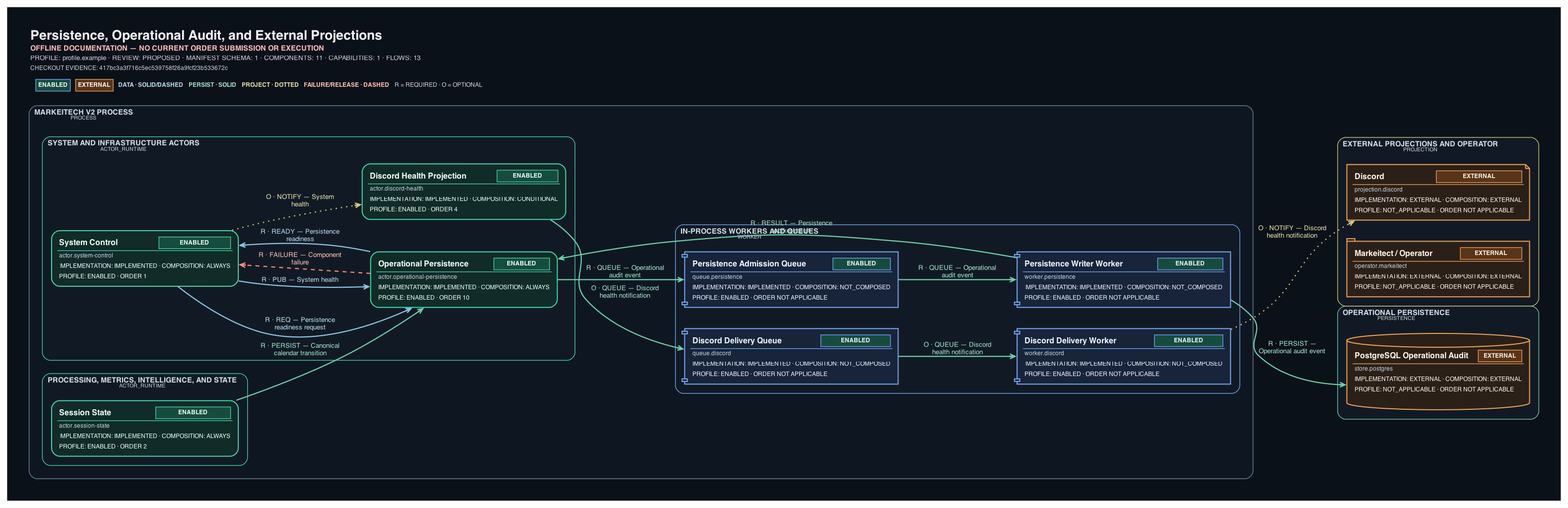
Above: tools/system-diagram/docs/generated/persistence-audit-projections.png in ShriekinNinja/Markeitech_V2 (Graphviz), before the change. Its source is kept beside it as tools/system-diagram/docs/generated/persistence-audit-projections.dot.
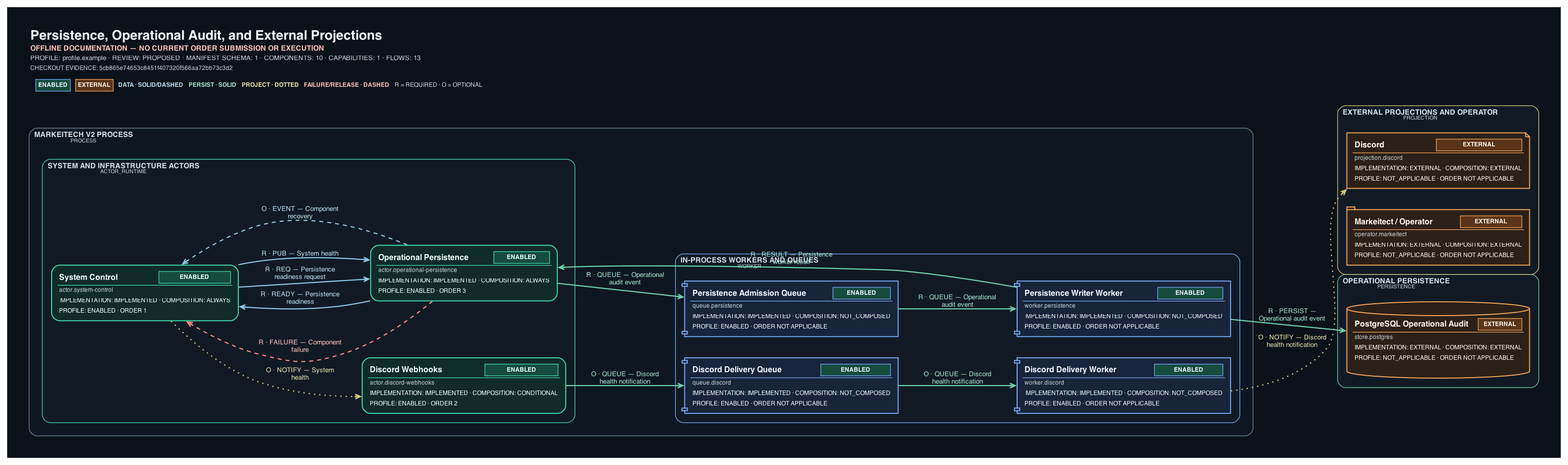
The same diagram one commit later.

What changed in the source:
```diff
@@ -1,5 +1,5 @@
 digraph "Persistence, Operational Audit, and External Projections" {
-	graph [bgcolor="#0B1118" fontcolor="#F2F6FA" fontname=Helvetica fontsize=18 forcelabels=true label=<<TABLE BORDER="0" CELLBORDER="0" CELLSPACING="0" CELLPADDING="2"><TR><TD ALIGN="LEFT"><FONT COLOR="#F2F6FA" POINT-SIZE="20"><B>Persistence, Operational Audit, and External Projections</B></FONT></TD></TR><TR><TD ALIGN="LEFT"><FONT COLOR="#FFC1BB" POINT-SIZE="11"><B>OFFLINE DOCUMENTATION &#8212; NO CURRENT ORDER SUBMISSION OR EXECUTION</B></FONT></TD></TR><TR><TD ALIGN="LEFT"><FONT COLOR="#C7D2DD" POINT-SIZE="10">PROFILE: profile.example &#183; REVIEW: PROPOSED &#183; MANIFEST SCHEMA: 1 &#183; COMPONENTS: 11 &#183; CAPABILITIES: 1 &#183; FLOWS: 13</FONT></TD></TR><TR><TD ALIGN="LEFT"><FONT COLOR="#C7D2DD" POINT-SIZE="9">CHECKOUT EVIDENCE: 417bc3a3f716c5ec539758f26a9fcf23b533672c</FONT></TD></TR><TR><TD ALIGN="LEFT"><TABLE BORDER="0" CELLBORDER="0" CELLSPACING="8" CELLPADDING="0"><TR><TD><TABLE BORDER="1" CELLBORDER="0" CELLSPACING="0" CELLPADDING="3" COLOR="#78A9F5" BGCOLOR="#164C3E"><TR><TD><FONT COLOR="#EEF5FF" POINT-SIZE="9"><B>ENABLED</B></FONT></TD></TR></TABLE></TD><TD><TABLE BORDER="1" CELLBORDER="0" CELLSPACING="0" CELLPADDING="3" COLOR="#F0A45D" BGCOLOR="#5A3419"><TR><TD><FONT COLOR="#FFF4E8" POINT-SIZE="9"><B>EXTERNAL</B></FONT></TD></TR></TABLE></TD><TD><FONT COLOR="#B9DDF0" POINT-SIZE="9"><B>DATA · SOLID/DASHED</B></FONT></TD><TD><FONT COLOR="#A5E3CD" POINT-SIZE="9"><B>PERSIST · SOLID</B></FONT></TD><TD><FONT COLOR="#E8DFAF" POINT-SIZE="9"><B>PROJECT · DOTTED</B></FONT></TD><TD><FONT COLOR="#FFC1BB" POINT-SIZE="9"><B>FAILURE/RELEASE · DASHED</B></FONT></TD><TD><FONT COLOR="#C7D2DD" POINT-SIZE="9">R = REQUIRED &#183; O = OPTIONAL</FONT></TD></TR></TABLE></TD></TR></TABLE>> labeljust=l labelloc=t margin=0.15 nodesep=0.45 outputorder=edgesfirst overlap=false pack=true packmode="graph" pad=0.35 rankdir=LR ranksep=0.85 splines=spline]
+	graph [bgcolor="#0B1118" fontcolor="#F2F6FA" fontname=Helvetica fontsize=18 forcelabels=true label=<<TABLE BORDER="0" CELLBORDER="0" CELLSPACING="0" CELLPADDING="2"><TR><TD ALIGN="LEFT"><FONT COLOR="#F2F6FA" POINT-SIZE="20"><B>Persistence, Operational Audit, and External Projections</B></FONT></TD></TR><TR><TD ALIGN="LEFT"><FONT COLOR="#FFC1BB" POINT-SIZE="11"><B>OFFLINE DOCUMENTATION &#8212; NO CURRENT ORDER SUBMISSION OR EXECUTION</B></FONT></TD></TR><TR><TD ALIGN="LEFT"><FONT COLOR="#C7D2DD" POINT-SIZE="10">PROFILE: profile.example &#183; REVIEW: PROPOSED &#183; MANIFEST SCHEMA: 1 &#183; COMPONENTS: 10 &#183; CAPABILITIES: 1 &#183; FLOWS: 13</FONT></TD></TR><TR><TD ALIGN="LEFT"><FONT COLOR="#C7D2DD" POINT-SIZE="9">CHECKOUT EVIDENCE: 5cb865e74653c8451f407320f566aa72bb73c3d2</FONT></TD></TR><TR><TD ALIGN="LEFT"><TABLE BORDER="0" CELLBORDER="0" CELLSPACING="8" CELLPADDING="0"><TR><TD><TABLE BORDER="1" CELLBORDER="0" CELLSPACING="0" CELLPADDING="3" COLOR="#78A9F5" BGCOLOR="#164C3E"><TR><TD><FONT COLOR="#EEF5FF" POINT-SIZE="9"><B>ENABLED</B></FONT></TD></TR></TABLE></TD><TD><TABLE BORDER="1" CELLBORDER="0" CELLSPACING="0" CELLPADDING="3" COLOR="#F0A45D" BGCOLOR="#5A3419"><TR><TD><FONT COLOR="#FFF4E8" POINT-SIZE="9"><B>EXTERNAL</B></FONT></TD></TR></TABLE></TD><TD><FONT COLOR="#B9DDF0" POINT-SIZE="9"><B>DATA · SOLID/DASHED</B></FONT></TD><TD><FONT COLOR="#A5E3CD" POINT-SIZE="9"><B>PERSIST · SOLID</B></FONT></TD><TD><FONT COLOR="#E8DFAF" POINT-SIZE="9"><B>PROJECT · DOTTED</B></FONT></TD><TD><FONT COLOR="#FFC1BB" POINT-SIZE="9"><B>FAILURE/RELEASE · DASHED</B></FONT></TD><TD><FONT COLOR="#C7D2DD" POINT-SIZE="9">R = REQUIRED &#183; O = OPTIONAL</FONT></TD></TR></TABLE></TD></TR></TABLE>> labeljust=l labelloc=t margin=0.15 nodesep=0.45 outputorder=edgesfirst overlap=false pack=true packmode="graph" pad=0.35 rankdir=LR ranksep=0.85 splines=spline]
 	node [fixedsize=false fontcolor="#F4F7FA" fontname=Helvetica fontsize=10 height=0.9 imagescale=true labelloc=b margin="0.12,0.08" shape=box style=rounded width=2.2]
 	edge [arrowsize=0.8 color="#8DC5E3" fontcolor="#B9DDF0" fontname=Helvetica fontsize=9]
 	subgraph "cluster_Operational persistence" {
@@ -8,14 +8,10 @@
 	}
 	subgraph "cluster_Markeitech V2 process" {
 		graph [bgcolor="#0E1721" color="#566B7D" fontcolor="#D6E2EA" fontname=Helvetica fontsize=11 id="boundary.process" label=<<FONT COLOR="#D6E2EA" POINT-SIZE="11"><B>MARKEITECH V2 PROCESS</B></FONT><BR ALIGN="LEFT"/><FONT COLOR="#C7D2DD" POINT-SIZE="8">PROCESS</FONT>> labeljust=l margin=20 pencolor="#566B7D" penwidth=1.4 rankdir=LR shape=box style=rounded]
-		subgraph "cluster_Processing, metrics, intelligence, and state" {
-			graph [bgcolor="#111A24" color="#43D9AE" fontcolor="#D6E2EA" fontname=Helvetica fontsize=11 id="boundary.intelligence" label=<<FONT COLOR="#D6E2EA" POINT-SIZE="11"><B>PROCESSING, METRICS, INTELLIGENCE, AND STATE</B></FONT><BR ALIGN="LEFT"/><FONT COLOR="#C7D2DD" POINT-SIZE="8">ACTOR_RUNTIME</FONT>> labeljust=l margin=14 pencolor="#43D9AE" penwidth=1.0 rankdir=LR shape=box style=rounded]
-			"actor.session-state" [label=<<TABLE BORDER="0" CELLBORDER="0" CELLSPACING="0" CELLPADDING="3"><TR><TD ALIGN="LEFT"><FONT COLOR="#ECFFF8" POINT-SIZE="12"><B>Session State</B></FONT></TD><TD ALIGN="RIGHT"><TABLE BORDER="1" CELLBORDER="0" CELLSPACING="0" CELLPADDING="3" COLOR="#43D9AE" BGCOLOR="#164C3E"><TR><TD><FONT COLOR="#ECFFF8" POINT-SIZE="9"><B>ENABLED</B></FONT></TD></TR></TABLE></TD></TR><HR/><TR><TD COLSPAN="2" ALIGN="LEFT"><FONT COLOR="#C7D2DD" POINT-SIZE="9">actor.session-state</FONT></TD></TR><TR><TD COLSPAN="2" ALIGN="LEFT"><FONT COLOR="#ECFFF8" POINT-SIZE="9">IMPLEMENTATION: IMPLEMENTED &#183; COMPOSITION: ALWAYS</FONT></TD></TR><TR><TD COLSPAN="2" ALIGN="LEFT"><FONT COLOR="#ECFFF8" POINT-SIZE="9">PROFILE: ENABLED &#183; ORDER 2</FONT></TD></TR></TABLE>> color="#43D9AE" fillcolor="#102B28" fixedsize=false fontcolor="#ECFFF8" group="boundary.intelligence" height=0.82 id="actor.session-state" labelloc=c margin="0.12,0.09" penwidth=1.5 shape=box style="rounded,filled" tooltip="actor.session-state" width=2.7]
-		}
 		subgraph "cluster_System and infrastructure actors" {
 			graph [bgcolor="#111A24" color="#43D9AE" fontcolor="#D6E2EA" fontname=Helvetica fontsize=11 id="boundary.system" label=<<FONT COLOR="#D6E2EA" POINT-SIZE="11"><B>SYSTEM AND INFRASTRUCTURE ACTORS</B></FONT><BR ALIGN="LEFT"/><FONT COLOR="#C7D2DD" POINT-SIZE="8">ACTOR_RUNTIME</FONT>> labeljust=l margin=14 pencolor="#43D9AE" penwidth=1.0 rankdir=LR shape=box style=rounded]
-			"actor.discord-health" [label=<<TABLE BORDER="0" CELLBORDER="0" CELLSPACING="0" CELLPADDING="3"><TR><TD ALIGN="LEFT"><FONT COLOR="#ECFFF8" POINT-SIZE="12"><B>Discord Health Projection</B></FONT></TD><TD ALIGN="RIGHT"><TABLE BORDER="1" CELLBORDER="0" CELLSPACING="0" CELLPADDING="3" COLOR="#43D9AE" BGCOLOR="#164C3E"><TR><TD><FONT COLOR="#ECFFF8" POINT-SIZE="9"><B>ENABLED</B></FONT></TD></TR></TABLE></TD></TR><HR/><TR><TD COLSPAN="2" ALIGN="LEFT"><FONT COLOR="#C7D2DD" POINT-SIZE="9">actor.discord-health</FONT></TD></TR><TR><TD COLSPAN="2" ALIGN="LEFT"><FONT COLOR="#ECFFF8" POINT-SIZE="9">IMPLEMENTATION: IMPLEMENTED &#183; COMPOSITION: CONDITIONAL</FONT></TD></TR><TR><TD COLSPAN="2" ALIGN="LEFT"><FONT COLOR="#ECFFF8" POINT-SIZE="9">PROFILE: ENABLED &#183; ORDER 4</FONT></TD></TR></TABLE>> color="#43D9AE" fillcolor="#102B28" fixedsize=false fontcolor="#ECFFF8" group="boundary.system" height=0.82 id="actor.discord-health" labelloc=c margin="0.12,0.09" penwidth=1.5 shape=box style="rounded,filled" tooltip="actor.discord-health" width=2.7]
-			"actor.operational-persistence" [label=<<TABLE BORDER="0" CELLBORDER="0" CELLSPACING="0" CELLPADDING="3"><TR><TD ALIGN="LEFT"><FONT COLOR="#ECFFF8" POINT-SIZE="12"><B>Operational Persistence</B></FONT></TD><TD ALIGN="RIGHT"><TABLE BORDER="1" CELLBORDER="0" CELLSPACING="0" CELLPADDING="3" COLOR="#43D9AE" BGCOLOR="#164C3E"><TR><TD><FONT COLOR="#ECFFF8" POINT-SIZE="9"><B>ENABLED</B></FONT></TD></TR></TABLE></TD></TR><HR/><TR><TD COLSPAN="2" ALIGN="LEFT"><FONT COLOR="#C7D2DD" POINT-SIZE="9">actor.operational-persistence</FONT></TD></TR><TR><TD COLSPAN="2" ALIGN="LEFT"><FONT COLOR="#ECFFF8" POINT-SIZE="9">IMPLEMENTATION: IMPLEMENTED &#183; COMPOSITION: ALWAYS</FONT></TD></TR><TR><TD COLSPAN="2" ALIGN="LEFT"><FONT COLOR="#ECFFF8" POINT-SIZE="9">PROFILE: ENABLED &#183; ORDER 10</FONT></TD></TR></TABLE>> color="#43D9AE" fillcolor="#102B28" fixedsize=false fontcolor="#ECFFF8" group="boundary.system" height=0.82 id="actor.operational-persistence" labelloc=c margin="0.12,0.09" penwidth=1.5 shape=box style="rounded,filled" tooltip="actor.operational-persistence" width=2.7]
+			"actor.discord-webhooks" [label=<<TABLE BORDER="0" CELLBORDER="0" CELLSPACING="0" CELLPADDING="3"><TR><TD ALIGN="LEFT"><FONT COLOR="#ECFFF8" POINT-SIZE="12"><B>Discord Webhooks</B></FONT></TD><TD ALIGN="RIGHT"><TABLE BORDER="1" CELLBORDER="0" CELLSPACING="0" CELLPADDING="3" COLOR="#43D9AE" BGCOLOR="#164C3E"><TR><TD><FONT COLOR="#ECFFF8" POINT-SIZE="9"><B>ENABLED</B></FONT></TD></TR></TABLE></TD></TR><HR/><TR><TD COLSPAN="2" ALIGN="LEFT"><FONT COLOR="#C7D2DD" POINT-SIZE="9">actor.discord-webhooks</FONT></TD></TR><TR><TD COLSPAN="2" ALIGN="LEFT"><FONT COLOR="#ECFFF8" POINT-SIZE="9">IMPLEMENTATION: IMPLEMENTED &#183; COMPOSITION: CONDITIONAL</FONT></TD></TR><TR><TD COLSPAN="2" ALIGN="LEFT"><FONT COLOR="#ECFFF8" POINT-SIZE="9">PROFILE: ENABLED &#183; ORDER 2</FONT></TD></TR></TABLE>> color="#43D9AE" fillcolor="#102B28" fixedsize=false fontcolor="#ECFFF8" group="boundary.system" height=0.82 id="actor.discord-webhooks" labelloc=c margin="0.12,0.09" penwidth=1.5 shape=box style="rounded,filled" tooltip="actor.discord-webhooks" width=2.7]
+			"actor.operational-persistence" [label=<<TABLE BORDER="0" CELLBORDER="0" CELLSPACING="0" CELLPADDING="3"><TR><TD ALIGN="LEFT"><FONT COLOR="#ECFFF8" POINT-SIZE="12"><B>Operational Persistence</B></FONT></TD><TD ALIGN="RIGHT"><TABLE BORDER="1" CELLBORDER="0" CELLSPACING="0" CELLPADDING="3" COLOR="#43D9AE" BGCOLOR="#164C3E"><TR><TD><FONT COLOR="#ECFFF8" POINT-SIZE="9"><B>ENABLED</B></FONT></TD></TR></TABLE></TD></TR><HR/><TR><TD COLSPAN="2" ALIGN="LEFT"><FONT COLOR="#C7D2DD" POINT-SIZE="9">actor.operational-persistence</FONT></TD></TR><TR><TD COLSPAN="2" ALIGN="LEFT"><FONT COLOR="#ECFFF8" POINT-SIZE="9">IMPLEMENTATION: IMPLEMENTED &#183; COMPOSITION: ALWAYS</FONT></TD></TR><TR><TD COLSPAN="2" ALIGN="LEFT"><FONT COLOR="#ECFFF8" POINT-SIZE="9">PROFILE: ENABLED &#183; ORDER 3</FONT></TD></TR></TABLE>> color="#43D9AE" fillcolor="#102B28" fixedsize=false fontcolor="#ECFFF8" group="boundary.system" height=0.82 id="actor.operational-persistence" labelloc=c margin="0.12,0.09" penwidth=1.5 shape=box style="rounded,filled" tooltip="actor.operational-persistence" width=2.7]
 			"actor.system-control" [label=<<TABLE BORDER="0" CELLBORDER="0" CELLSPACING="0" CELLPADDING="3"><TR><TD ALIGN="LEFT"><FONT COLOR="#ECFFF8" POINT-SIZE="12"><B>System Control</B></FONT></TD><TD ALIGN="RIGHT"><TABLE BORDER="1" CELLBORDER="0" CELLSPACING="0" CELLPADDING="3" COLOR="#43D9AE" BGCOLOR="#164C3E"><TR><TD><FONT COLOR="#ECFFF8" POINT-SIZE="9"><B>ENABLED</B></FONT></TD></TR></TABLE></TD></TR><HR/><TR><TD COLSPAN="2" ALIGN="LEFT"><FONT COLOR="#C7D2DD" POINT-SIZE="9">actor.system-control</FONT></TD></TR><TR><TD COLSPAN="2" ALIGN="LEFT"><FONT COLOR="#ECFFF8" POINT-SIZE="9">IMPLEMENTATION: IMPLEMENTED &#183; COMPOSITION: ALWAYS</FONT></TD></TR><TR><TD COLSPAN="2" ALIGN="LEFT"><FONT COLOR="#ECFFF8" POINT-SIZE="9">PROFILE: ENABLED &#183; ORDER 1</FONT></TD></TR></TABLE>> color="#43D9AE" fillcolor="#102B28" fixedsize=false fontcolor="#ECFFF8" group="boundary.system" height=0.82 id="actor.system-control" labelloc=c margin="0.12,0.09" penwidth=1.5 shape=box style="rounded,filled" tooltip="actor.system-control" width=2.7]
 		}
 		subgraph "cluster_In-process workers and queues" {
@@ -31,16 +27,16 @@
 		"operator.markeitect" [label=<<TABLE BORDER="0" CELLBORDER="0" CELLSPACING="0" CELLPADDING="3"><TR><TD ALIGN="LEFT"><FONT COLOR="#FFF4E8" POINT-SIZE="12"><B>Markeitect / Operator</B></FONT></TD><TD ALIGN="RIGHT"><TABLE BORDER="1" CELLBORDER="0" CELLSPACING="0" CELLPADDING="3" COLOR="#F0A45D" BGCOLOR="#5A3419"><TR><TD><FONT COLOR="#FFF4E8" POINT-SIZE="9"><B>EXTERNAL</B></FONT></TD></TR></TABLE></TD></TR><HR/><TR><TD COLSPAN="2" ALIGN="LEFT"><FONT COLOR="#C7D2DD" POINT-SIZE="9">operator.markeitect</FONT></TD></TR><TR><TD COLSPAN="2" ALIGN="LEFT"><FONT COLOR="#FFF4E8" POINT-SIZE="9">IMPLEMENTATION: EXTERNAL &#183; COMPOSITION: EXTERNAL</FONT></TD></TR><TR><TD COLSPAN="2" ALIGN="LEFT"><FONT COLOR="#FFF4E8" POINT-SIZE="9">PROFILE: NOT_APPLICABLE &#183; ORDER NOT APPLICABLE</FONT></TD></TR></TABLE>> color="#F0A45D" fillcolor="#2B2017" fixedsize=false fontcolor="#FFF4E8" group="boundary.projections" height=0.82 id="operator.markeitect" labelloc=c margin="0.12,0.09" penwidth=1.5 shape=tab style="rounded,filled" tooltip="operator.markeitect" width=2.7]
 		"projection.discord" [label=<<TABLE BORDER="0" CELLBORDER="0" CELLSPACING="0" CELLPADDING="3"><TR><TD ALIGN="LEFT"><FONT COLOR="#FFF4E8" POINT-SIZE="12"><B>Discord</B></FONT></TD><TD ALIGN="RIGHT"><TABLE BORDER="1" CELLBORDER="0" CELLSPACING="0" CELLPADDING="3" COLOR="#F0A45D" BGCOLOR="#5A3419"><TR><TD><FONT COLOR="#FFF4E8" POINT-SIZE="9"><B>EXTERNAL</B></FONT></TD></TR></TABLE></TD></TR><HR/><TR><TD COLSPAN="2" ALIGN="LEFT"><FONT COLOR="#C7D2DD" POINT-SIZE="9">projection.discord</FONT></TD></TR><TR><TD COLSPAN="2" ALIGN="LEFT"><FONT COLOR="#FFF4E8" POINT-SIZE="9">IMPLEMENTATION: EXTERNAL &#183; COMPOSITION: EXTERNAL</FONT></TD></TR><TR><TD COLSPAN="2" ALIGN="LEFT"><FONT COLOR="#FFF4E8" POINT-SIZE="9">PROFILE: NOT_APPLICABLE &#183; ORDER NOT APPLICABLE</FONT></TD></TR></TABLE>> color="#F0A45D" fillcolor="#2B2017" fixedsize=false fontcolor="#FFF4E8" group="boundary.projections" height=0.82 id="projection.discord" labelloc=c margin="0.12,0.09" penwidth=1.5 shape=note style="rounded,filled" tooltip="projection.discord" width=2.7]
 	}
-	"actor.session-state" -> "actor.operational-persistence" [label=<<font point-size="10">R · PERSIST — Canonical<br/>calendar transition</font>> arrowhead=vee color="#6FD0AC" dir=forward fontcolor="#A5E3CD" fontname="Sans-Serif" fontsize=13 id="edge.calendar-transition-persistence" penwidth=1.7 style=solid tooltip="edge.calendar-transition-persistence"]
+	"actor.operational-persistence" -> "actor.system-control" [label=<<font point-size="10">O · EVENT — Component<br/>recovery</font>> arrowhead=vee color="#8DC5E3" dir=forward fontcolor="#B9DDF0" fontname="Sans-Serif" fontsize=13 id="edge.component-recovery" penwidth=1.7 style=dashed tooltip="edge.component-recovery"]
 	"worker.discord" -> "projection.discord" [label=<<font point-size="10">O · NOTIFY — Discord<br/>health notification</font>> arrowhead=vee color="#D7C77B" dir=forward fontcolor="#E8DFAF" fontname="Sans-Serif" fontsize=13 id="edge.discord-external" penwidth=1.7 style=dotted tooltip="edge.discord-external"]
-	"actor.discord-health" -> "queue.discord" [label=<<font point-size="10">O · QUEUE — Discord<br/>health notification</font>> arrowhead=vee color="#6FD0AC" dir=forward fontcolor="#A5E3CD" fontname="Sans-Serif" fontsize=13 id="edge.discord-queue" penwidth=1.7 style=solid tooltip="edge.discord-queue"]
+	"actor.discord-webhooks" -> "queue.discord" [label=<<font point-size="10">O · QUEUE — Discord<br/>health notification</font>> arrowhead=vee color="#6FD0AC" dir=forward fontcolor="#A5E3CD" fontname="Sans-Serif" fontsize=13 id="edge.discord-queue" penwidth=1.7 style=solid tooltip="edge.discord-queue"]
 	"queue.discord" -> "worker.discord" [label=<<font point-size="10">O · QUEUE — Discord<br/>health notification</font>> arrowhead=vee color="#6FD0AC" dir=forward fontcolor="#A5E3CD" fontname="Sans-Serif" fontsize=13 id="edge.discord-worker" penwidth=1.7 style=solid tooltip="edge.discord-worker"]
 	"actor.operational-persistence" -> "actor.system-control" [label=<<font point-size="10">R · FAILURE — Component<br/>failure</font>> arrowhead=vee color="#FF8A80" dir=forward fontcolor="#FFC1BB" fontname="Sans-Serif" fontsize=13 id="edge.persistence-failure" penwidth=1.7 style=dashed tooltip="edge.persistence-failure"]
 	"actor.operational-persistence" -> "queue.persistence" [label=<<font point-size="10">R · QUEUE — Operational<br/>audit event</font>> arrowhead=vee color="#6FD0AC" dir=forward fontcolor="#A5E3CD" fontname="Sans-Serif" fontsize=13 id="edge.persistence-queue" penwidth=1.7 style=solid tooltip="edge.persistence-queue"]
 	"actor.system-control" -> "actor.operational-persistence" [label=<<font point-size="10">R · REQ — Persistence<br/>readiness request</font>> arrowhead=vee color="#8DC5E3" dir=forward fontcolor="#B9DDF0" fontname="Sans-Serif" fontsize=13 id="edge.persistence-ready-request" penwidth=1.7 style=solid tooltip="edge.persistence-ready-request"]
 	"actor.operational-persistence" -> "actor.system-control" [label=<<font point-size="10">R · READY — Persistence<br/>readiness</font>> arrowhead=vee color="#8DC5E3" dir=forward fontcolor="#B9DDF0" fontname="Sans-Serif" fontsize=13 id="edge.persistence-ready-response" penwidth=1.7 style=solid tooltip="edge.persistence-ready-response"]
 	"queue.persistence" -> "worker.persistence" [label=<<font point-size="10">R · QUEUE — Operational<br/>audit event</font>> arrowhead=vee color="#6FD0AC" dir=forward fontcolor="#A5E3CD" fontname="Sans-Serif" fontsize=13 id="edge.queue-worker" penwidth=1.7 style=solid tooltip="edge.queue-worker"]
-	"actor.system-control" -> "actor.discord-health" [label=<<font point-size="10">O · NOTIFY — System<br/>health</font>> arrowhead=vee color="#D7C77B" dir=forward fontcolor="#E8DFAF" fontname="Sans-Serif" fontsize=13 id="edge.system-health-discord" penwidth=1.7 style=dotted tooltip="edge.system-health-discord"]
+	"actor.system-control" -> "actor.discord-webhooks" [label=<<font point-size="10">O · NOTIFY — System<br/>health</font>> arrowhead=vee color="#D7C77B" dir=forward fontcolor="#E8DFAF" fontname="Sans-Serif" fontsize=13 id="edge.system-health-discord" penwidth=1.7 style=dotted tooltip="edge.system-health-discord"]
 	"actor.system-control" -> "actor.operational-persistence" [label=<<font point-size="10">R · PUB — System health</font>> arrowhead=vee color="#8DC5E3" dir=forward fontcolor="#B9DDF0" fontname="Sans-Serif" fontsize=13 id="edge.system-health-persistence" penwidth=1.7 style=solid tooltip="edge.system-health-persistence"]
 	"worker.persistence" -> "store.postgres" [label=<<font point-size="10">R · PERSIST —<br/>Operational audit event</font>> arrowhead=vee color="#6FD0AC" dir=forward fontcolor="#A5E3CD" fontname="Sans-Serif" fontsize=13 id="edge.worker-postgres" penwidth=1.7 style=solid tooltip="edge.worker-postgres"]
 	"worker.persistence" -> "actor.operational-persistence" [label=<<font point-size="10">R · RESULT — Persistence<br/>worker result</font>> arrowhead=vee color="#6FD0AC" dir=forward fontcolor="#A5E3CD" fontname="Sans-Serif" fontsize=13 id="edge.worker-result" penwidth=1.7 style=solid tooltip="edge.worker-result"]
```
